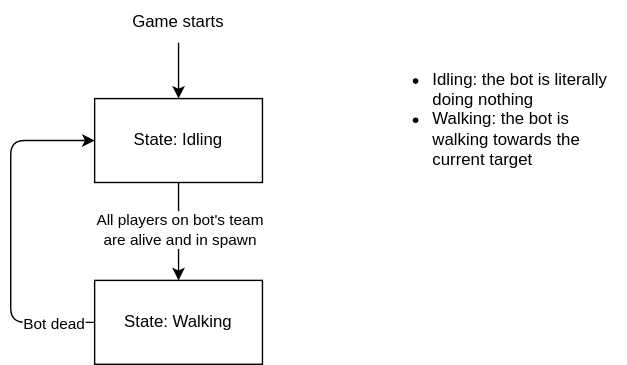
This is doc/bot_state.drawio.svg from Zezombye/overwatch-bots-ai, a draw.io export, as it was before one commit. Source tidied: cells renumbered, new cells last; positions are measured from the earlier drawing's top-left corner, leaving out a move shared by most shapes.
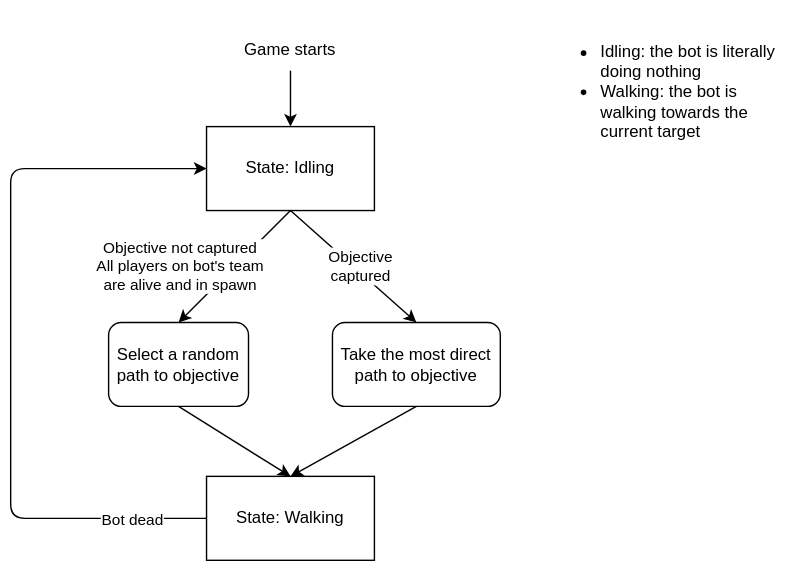
Later version of the same file.

The edit, as a diff of the source:
```diff
@@ -2,32 +2,42 @@
   <root>
     <mxCell id="0" />
     <mxCell id="1" parent="0" />
-    <mxCell id="2" style="edgeStyle=none;html=1;exitX=0.5;exitY=1;exitDx=0;exitDy=0;entryX=0.5;entryY=0;entryDx=0;entryDy=0;" parent="1" edge="1" source="4" target="7">
+    <mxCell id="2" style="edgeStyle=none;html=1;exitX=0.5;exitY=1;exitDx=0;exitDy=0;entryX=0.5;entryY=0;entryDx=0;entryDy=0;" parent="1" edge="1" source="4" target="14">
       <mxGeometry relative="1" as="geometry" />
     </mxCell>
-    <mxCell id="3" value="All players on bot's team&lt;br&gt;are alive and in spawn" style="edgeLabel;html=1;align=center;verticalAlign=middle;" parent="2" vertex="1">
+    <mxCell id="3" value="Objective not captured&lt;br&gt;All players on bot's team&lt;br&gt;are alive and in spawn" style="edgeLabel;html=1;align=center;verticalAlign=middle;" parent="2" vertex="1">
       <mxGeometry x="-0.47" y="1" relative="1" as="geometry">
-        <mxPoint x="-1" y="14" as="offset" />
+        <mxPoint x="-59" y="18" as="offset" />
       </mxGeometry>
     </mxCell>
+    <mxCell id="11" style="edgeStyle=none;html=1;exitX=0.5;exitY=1;exitDx=0;exitDy=0;entryX=0.5;entryY=0;entryDx=0;entryDy=0;" parent="1" edge="1" source="4" target="16">
+      <mxGeometry relative="1" as="geometry" />
+    </mxCell>
+    <mxCell id="12" value="Objective&lt;br&gt;captured" style="edgeLabel;html=1;align=center;verticalAlign=middle;" parent="11" vertex="1">
+      <mxGeometry x="0.34" relative="1" as="geometry">
+        <mxPoint x="-11" y="-14" as="offset" />
+      </mxGeometry>
+    </mxCell>
     <mxCell id="4" value="State: Idling" style="rounded=0;whiteSpace=wrap;html=1;" parent="1" vertex="1">
       <mxGeometry x="60" y="70" width="120" height="60" as="geometry" />
     </mxCell>
     <mxCell id="5" style="edgeStyle=none;html=1;exitX=0;exitY=0.5;exitDx=0;exitDy=0;entryX=0;entryY=0.5;entryDx=0;entryDy=0;" parent="1" edge="1" source="7" target="4">
       <mxGeometry relative="1" as="geometry">
         <Array as="points">
-          <mxPoint y="230" />
+          <mxPoint x="-80" y="350" />
+          <mxPoint x="-80" y="330" />
+          <mxPoint x="-80" y="100" />
           <mxPoint y="100" />
         </Array>
       </mxGeometry>
     </mxCell>
     <mxCell id="6" value="Bot dead" style="edgeLabel;html=1;align=center;verticalAlign=middle;" parent="5" vertex="1">
       <mxGeometry x="-0.65" relative="1" as="geometry">
-        <mxPoint x="14" as="offset" />
+        <mxPoint x="39" as="offset" />
       </mxGeometry>
     </mxCell>
     <mxCell id="7" value="State: Walking" style="rounded=0;whiteSpace=wrap;html=1;" parent="1" vertex="1">
-      <mxGeometry x="60" y="200" width="120" height="60" as="geometry" />
+      <mxGeometry x="60" y="320" width="120" height="60" as="geometry" />
     </mxCell>
     <mxCell id="8" style="edgeStyle=none;html=1;exitX=0.5;exitY=1;exitDx=0;exitDy=0;entryX=0.5;entryY=0;entryDx=0;entryDy=0;" parent="1" edge="1" source="9" target="4">
       <mxGeometry relative="1" as="geometry" />
@@ -36,7 +46,19 @@
       <mxGeometry x="80" width="80" height="30" as="geometry" />
     </mxCell>
     <mxCell id="10" value="&lt;ul&gt;&lt;li&gt;Idling: the bot is literally doing nothing&lt;/li&gt;&lt;li&gt;Walking: the bot is walking towards the current target&lt;/li&gt;&lt;/ul&gt;" style="text;html=1;strokeColor=none;fillColor=none;align=left;verticalAlign=middle;whiteSpace=wrap;rounded=0;" parent="1" vertex="1">
-      <mxGeometry x="260" y="20" width="180" height="130" as="geometry" />
+      <mxGeometry x="300" y="-20" width="180" height="130" as="geometry" />
     </mxCell>
+    <mxCell id="13" style="edgeStyle=none;html=1;exitX=0.5;exitY=1;exitDx=0;exitDy=0;entryX=0.5;entryY=0;entryDx=0;entryDy=0;" parent="1" edge="1" source="14" target="7">
+      <mxGeometry relative="1" as="geometry" />
+    </mxCell>
+    <mxCell id="14" value="Select a random path to objective" style="rounded=1;whiteSpace=wrap;html=1;" parent="1" vertex="1">
+      <mxGeometry x="-10" y="210" width="100" height="60" as="geometry" />
+    </mxCell>
+    <mxCell id="15" style="edgeStyle=none;html=1;exitX=0.5;exitY=1;exitDx=0;exitDy=0;entryX=0.5;entryY=0;entryDx=0;entryDy=0;" parent="1" edge="1" source="16" target="7">
+      <mxGeometry relative="1" as="geometry" />
+    </mxCell>
+    <mxCell id="16" value="Take the most direct path to objective" style="rounded=1;whiteSpace=wrap;html=1;" parent="1" vertex="1">
+      <mxGeometry x="150" y="210" width="120" height="60" as="geometry" />
+    </mxCell>
   </root>
 </mxGraphModel>
```
